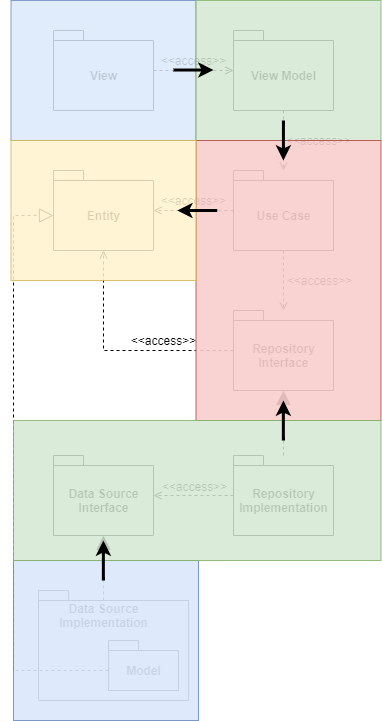
This is docs/figuras/package-adapt.png from Feggah/tcc, a draw.io export, as it was before one commit. Source tidied: cells renumbered, new cells last; positions are measured from the earlier drawing's top-left corner, leaving out a move shared by most shapes.
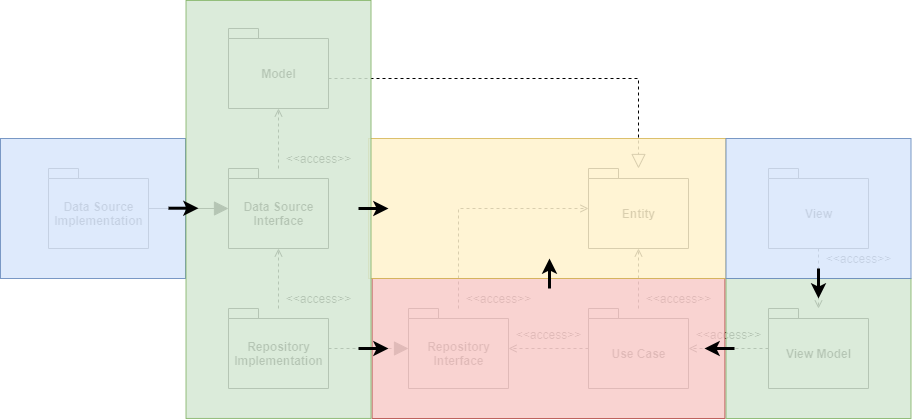
After the commit.

Change to the diagram source:
```diff
@@ -3,141 +3,171 @@
     <mxCell id="0" />
     <mxCell id="1" parent="0" />
     <mxCell id="2" style="edgeStyle=orthogonalEdgeStyle;rounded=0;jettySize=auto;html=1;dashed=1;endArrow=block;endFill=1;endSize=12;" parent="1" edge="1" source="4" target="20">
-      <mxGeometry relative="1" as="geometry" />
+      <mxGeometry relative="1" as="geometry">
+        <Array as="points">
+          <mxPoint x="842" y="310" />
+          <mxPoint x="842" y="310" />
+        </Array>
+      </mxGeometry>
     </mxCell>
     <mxCell id="3" style="edgeStyle=orthogonalEdgeStyle;rounded=0;jettySize=auto;html=1;dashed=1;endArrow=open;endFill=0;" parent="1" edge="1" source="4" target="5">
-      <mxGeometry relative="1" as="geometry" />
+      <mxGeometry relative="1" as="geometry">
+        <Array as="points">
+          <mxPoint x="712" y="240" />
+          <mxPoint x="712" y="240" />
+        </Array>
+      </mxGeometry>
     </mxCell>
-    <mxCell id="4" value="Repository&lt;br&gt;Implementation" style="shape=folder;fontStyle=1;spacingTop=10;tabWidth=30;tabHeight=10;tabPosition=left;html=1;" parent="1" vertex="1">
-      <mxGeometry x="222" y="455" width="100" height="80" as="geometry" />
-    </mxCell>
-    <mxCell id="5" value="Data Source&lt;br&gt;Interface" style="shape=folder;fontStyle=1;spacingTop=10;tabWidth=30;tabHeight=10;tabPosition=left;html=1;" parent="1" vertex="1">
-      <mxGeometry x="42" y="455" width="100" height="80" as="geometry" />
-    </mxCell>
-    <mxCell id="6" style="shape=folder;fontStyle=1;spacingTop=10;tabWidth=30;tabHeight=10;tabPosition=left;html=1;" parent="1" vertex="1">
-      <mxGeometry x="27" y="590" width="150" height="110" as="geometry" />
-    </mxCell>
-    <mxCell id="7" style="edgeStyle=orthogonalEdgeStyle;rounded=0;jettySize=auto;html=1;exitX=0;exitY=0;exitDx=0;exitDy=30;exitPerimeter=0;entryX=0;entryY=0;entryDx=0;entryDy=45;entryPerimeter=0;dashed=1;startArrow=none;startFill=0;endArrow=block;endFill=0;endSize=12;startSize=8;" parent="1" edge="1" source="8" target="18">
-      <mxGeometry relative="1" as="geometry">
-        <Array as="points">
-          <mxPoint x="2" y="670" />
-          <mxPoint x="2" y="215" />
-        </Array>
-      </mxGeometry>
-    </mxCell>
-    <mxCell id="8" value="Model" style="shape=folder;fontStyle=1;spacingTop=10;tabWidth=30;tabHeight=10;tabPosition=left;html=1;" parent="1" vertex="1">
-      <mxGeometry x="97" y="640" width="70" height="50" as="geometry" />
-    </mxCell>
-    <mxCell id="9" style="edgeStyle=orthogonalEdgeStyle;rounded=0;jettySize=auto;html=1;dashed=1;endSize=12;endArrow=block;endFill=1;" parent="1" edge="1" source="10" target="5">
-      <mxGeometry relative="1" as="geometry" />
+    <mxCell id="9" style="edgeStyle=orthogonalEdgeStyle;rounded=0;jettySize=auto;html=1;endSize=12;endArrow=block;endFill=1;" parent="1" edge="1" source="10" target="5">
+      <mxGeometry relative="1" as="geometry">
+        <Array as="points">
+          <mxPoint x="742" y="170" />
+        </Array>
+      </mxGeometry>
     </mxCell>
-    <mxCell id="10" value="&lt;b&gt;Data Source&lt;br&gt;Implementation&lt;/b&gt;" style="text;html=1;align=center;verticalAlign=middle;points=[];strokeColor=none;" parent="1" vertex="1">
-      <mxGeometry x="42" y="600" width="100" height="30" as="geometry" />
-    </mxCell>
     <mxCell id="11" style="edgeStyle=orthogonalEdgeStyle;rounded=0;jettySize=auto;html=1;dashed=1;endArrow=open;endFill=0;" parent="1" edge="1" source="12" target="14">
       <mxGeometry relative="1" as="geometry" />
     </mxCell>
     <mxCell id="12" value="View" style="shape=folder;fontStyle=1;spacingTop=10;tabWidth=30;tabHeight=10;tabPosition=left;html=1;" parent="1" vertex="1">
-      <mxGeometry x="42" y="30" width="100" height="80" as="geometry" />
+      <mxGeometry x="1202" y="130" width="100" height="80" as="geometry" />
     </mxCell>
     <mxCell id="13" style="edgeStyle=orthogonalEdgeStyle;rounded=0;jettySize=auto;html=1;dashed=1;endArrow=open;endFill=0;" parent="1" edge="1" source="14" target="17">
-      <mxGeometry relative="1" as="geometry" />
+      <mxGeometry relative="1" as="geometry">
+        <Array as="points">
+          <mxPoint x="1242" y="320" />
+        </Array>
+      </mxGeometry>
     </mxCell>
     <mxCell id="14" value="View Model" style="shape=folder;fontStyle=1;spacingTop=10;tabWidth=30;tabHeight=10;tabPosition=left;html=1;" parent="1" vertex="1">
-      <mxGeometry x="222" y="30" width="100" height="80" as="geometry" />
+      <mxGeometry x="1202" y="270" width="100" height="80" as="geometry" />
     </mxCell>
     <mxCell id="15" style="edgeStyle=orthogonalEdgeStyle;rounded=0;jettySize=auto;html=1;dashed=1;endArrow=open;endFill=0;" parent="1" edge="1" source="17" target="18">
       <mxGeometry relative="1" as="geometry" />
     </mxCell>
     <mxCell id="16" style="edgeStyle=orthogonalEdgeStyle;rounded=0;jettySize=auto;html=1;dashed=1;endArrow=open;endFill=0;" parent="1" edge="1" source="17" target="20">
-      <mxGeometry relative="1" as="geometry" />
+      <mxGeometry relative="1" as="geometry">
+        <Array as="points">
+          <mxPoint x="982" y="310" />
+          <mxPoint x="982" y="310" />
+        </Array>
+      </mxGeometry>
     </mxCell>
     <mxCell id="17" value="Use Case" style="shape=folder;fontStyle=1;spacingTop=10;tabWidth=30;tabHeight=10;tabPosition=left;html=1;" parent="1" vertex="1">
-      <mxGeometry x="222" y="170" width="100" height="80" as="geometry" />
+      <mxGeometry x="1022" y="270" width="100" height="80" as="geometry" />
     </mxCell>
     <mxCell id="18" value="Entity" style="shape=folder;fontStyle=1;spacingTop=10;tabWidth=30;tabHeight=10;tabPosition=left;html=1;" parent="1" vertex="1">
-      <mxGeometry x="42" y="170" width="100" height="80" as="geometry" />
+      <mxGeometry x="1022" y="130" width="100" height="80" as="geometry" />
     </mxCell>
-    <mxCell id="19" style="edgeStyle=orthogonalEdgeStyle;rounded=0;jettySize=auto;html=1;entryX=0.5;entryY=1;entryDx=0;entryDy=0;entryPerimeter=0;dashed=1;endArrow=open;endFill=0;" parent="1" edge="1" source="20" target="18">
-      <mxGeometry relative="1" as="geometry" />
+    <mxCell id="19" style="edgeStyle=orthogonalEdgeStyle;rounded=0;jettySize=auto;html=1;dashed=1;endArrow=open;endFill=0;" parent="1" edge="1" source="20" target="18">
+      <mxGeometry relative="1" as="geometry">
+        <Array as="points">
+          <mxPoint x="892" y="170" />
+        </Array>
+      </mxGeometry>
     </mxCell>
     <mxCell id="20" value="Repository&lt;br&gt;Interface" style="shape=folder;fontStyle=1;spacingTop=10;tabWidth=30;tabHeight=10;tabPosition=left;html=1;" parent="1" vertex="1">
-      <mxGeometry x="222" y="310" width="100" height="80" as="geometry" />
+      <mxGeometry x="842" y="270" width="100" height="80" as="geometry" />
     </mxCell>
-    <mxCell id="21" value="&amp;lt;&amp;lt;access&amp;gt;&amp;gt;" style="text;html=1;align=center;verticalAlign=middle;strokeColor=none;" parent="1" vertex="1">
-      <mxGeometry x="142" y="50" width="80" height="20" as="geometry" />
-    </mxCell>
-    <mxCell id="22" value="&amp;lt;&amp;lt;access&amp;gt;&amp;gt;" style="text;html=1;align=center;verticalAlign=middle;strokeColor=none;" parent="1" vertex="1">
-      <mxGeometry x="267" y="130" width="80" height="20" as="geometry" />
-    </mxCell>
-    <mxCell id="23" value="&amp;lt;&amp;lt;access&amp;gt;&amp;gt;" style="text;html=1;align=center;verticalAlign=middle;strokeColor=none;" parent="1" vertex="1">
-      <mxGeometry x="142" y="190" width="80" height="20" as="geometry" />
-    </mxCell>
-    <mxCell id="24" value="&amp;lt;&amp;lt;access&amp;gt;&amp;gt;" style="text;html=1;align=center;verticalAlign=middle;strokeColor=none;" parent="1" vertex="1">
-      <mxGeometry x="112" y="330" width="80" height="20" as="geometry" />
-    </mxCell>
-    <mxCell id="25" value="&amp;lt;&amp;lt;access&amp;gt;&amp;gt;" style="text;html=1;align=center;verticalAlign=middle;strokeColor=none;" parent="1" vertex="1">
-      <mxGeometry x="268" y="270" width="80" height="20" as="geometry" />
-    </mxCell>
-    <mxCell id="26" value="&amp;lt;&amp;lt;access&amp;gt;&amp;gt;" style="text;html=1;align=center;verticalAlign=middle;strokeColor=none;" parent="1" vertex="1">
-      <mxGeometry x="143" y="476" width="80" height="20" as="geometry" />
-    </mxCell>
-    <mxCell id="27" style="rounded=0;whiteSpace=wrap;html=1;opacity=85;fillColor=#dae8fc;strokeColor=#6c8ebf;" parent="1" vertex="1">
-      <mxGeometry x="-0.5" width="185" height="140" as="geometry" />
-    </mxCell>
-    <mxCell id="28" style="rounded=0;whiteSpace=wrap;html=1;opacity=85;fillColor=#d5e8d4;strokeColor=#82b366;" parent="1" vertex="1">
-      <mxGeometry x="184.5" width="185" height="140" as="geometry" />
-    </mxCell>
-    <mxCell id="29" style="rounded=0;whiteSpace=wrap;html=1;opacity=90;fillColor=#f8cecc;strokeColor=#b85450;" parent="1" vertex="1">
-      <mxGeometry x="184.5" y="140" width="185" height="280" as="geometry" />
-    </mxCell>
-    <mxCell id="30" style="rounded=0;whiteSpace=wrap;html=1;opacity=85;fillColor=#fff2cc;strokeColor=#d6b656;" parent="1" vertex="1">
-      <mxGeometry x="-0.5" y="140" width="185" height="140" as="geometry" />
-    </mxCell>
-    <mxCell id="31" style="rounded=0;whiteSpace=wrap;html=1;opacity=90;fillColor=#dae8fc;strokeColor=#6c8ebf;" parent="1" vertex="1">
-      <mxGeometry x="2" y="560" width="185" height="160" as="geometry" />
-    </mxCell>
-    <mxCell id="32" style="endArrow=classic;html=1;strokeWidth=3;" parent="1" edge="1">
-      <mxGeometry relative="1" as="geometry">
-        <mxPoint x="162" y="69.5" as="sourcePoint" />
-        <mxPoint x="202" y="69.5" as="targetPoint" />
-      </mxGeometry>
-    </mxCell>
-    <mxCell id="33" style="endArrow=classic;html=1;strokeWidth=3;" parent="1" edge="1">
-      <mxGeometry relative="1" as="geometry">
-        <mxPoint x="271.9" y="120" as="sourcePoint" />
-        <mxPoint x="271.9" y="160" as="targetPoint" />
-        <Array as="points">
-          <mxPoint x="271.9" y="140" />
-        </Array>
-      </mxGeometry>
-    </mxCell>
-    <mxCell id="34" style="endArrow=classic;html=1;strokeWidth=3;" parent="1" edge="1">
-      <mxGeometry relative="1" as="geometry">
-        <mxPoint x="205.8" y="210" as="sourcePoint" />
-        <mxPoint x="165.8" y="210" as="targetPoint" />
-      </mxGeometry>
-    </mxCell>
-    <mxCell id="35" style="rounded=0;whiteSpace=wrap;html=1;opacity=85;fillColor=#d5e8d4;strokeColor=#82b366;" parent="1" vertex="1">
-      <mxGeometry x="2" y="420" width="367.5" height="140" as="geometry" />
-    </mxCell>
-    <mxCell id="36" style="endArrow=classic;html=1;strokeWidth=3;" parent="1" edge="1">
-      <mxGeometry relative="1" as="geometry">
-        <mxPoint x="91.9" y="580" as="sourcePoint" />
-        <mxPoint x="91.9" y="540" as="targetPoint" />
-        <Array as="points">
-          <mxPoint x="91.9" y="560" />
-        </Array>
-      </mxGeometry>
-    </mxCell>
-    <mxCell id="37" style="endArrow=classic;html=1;strokeWidth=3;" parent="1" edge="1">
-      <mxGeometry relative="1" as="geometry">
-        <mxPoint x="271.9" y="440" as="sourcePoint" />
-        <mxPoint x="271.9" y="400" as="targetPoint" />
-        <Array as="points">
-          <mxPoint x="271.9" y="420" />
-        </Array>
-      </mxGeometry>
-    </mxCell>
+    <mxCell id="38" value="&amp;lt;&amp;lt;access&amp;gt;&amp;gt;" style="text;html=1;align=center;verticalAlign=middle;strokeColor=none;" parent="1" vertex="1">
+      <mxGeometry x="942" y="286" width="80" height="20" as="geometry" />
+    </mxCell>
+    <mxCell id="39" value="&amp;lt;&amp;lt;access&amp;gt;&amp;gt;" style="text;html=1;align=center;verticalAlign=middle;strokeColor=none;" parent="1" vertex="1">
+      <mxGeometry x="1252" y="210" width="80" height="20" as="geometry" />
+    </mxCell>
+    <mxCell id="40" value="&amp;lt;&amp;lt;access&amp;gt;&amp;gt;" style="text;html=1;align=center;verticalAlign=middle;strokeColor=none;" parent="1" vertex="1">
+      <mxGeometry x="1072" y="250" width="80" height="20" as="geometry" />
+    </mxCell>
+    <mxCell id="41" value="&amp;lt;&amp;lt;access&amp;gt;&amp;gt;" style="text;html=1;align=center;verticalAlign=middle;strokeColor=none;" parent="1" vertex="1">
+      <mxGeometry x="892" y="250" width="80" height="20" as="geometry" />
+    </mxCell>
+    <mxCell id="42" value="&amp;lt;&amp;lt;access&amp;gt;&amp;gt;" style="text;html=1;align=center;verticalAlign=middle;strokeColor=none;" parent="1" vertex="1">
+      <mxGeometry x="712" y="110" width="80" height="20" as="geometry" />
+    </mxCell>
+    <mxCell id="7" style="edgeStyle=orthogonalEdgeStyle;rounded=0;jettySize=auto;html=1;dashed=1;endSize=12;endArrow=block;endFill=0;" parent="1" edge="1" source="8" target="18">
+      <mxGeometry relative="1" as="geometry">
+        <Array as="points">
+          <mxPoint x="1072" y="40" />
+        </Array>
+      </mxGeometry>
+    </mxCell>
+    <mxCell id="8" value="Model" style="shape=folder;fontStyle=1;spacingTop=10;tabWidth=30;tabHeight=10;tabPosition=left;html=1;" parent="1" vertex="1">
+      <mxGeometry x="662" y="-10" width="100" height="80" as="geometry" />
+    </mxCell>
+    <mxCell id="5" value="Data Source&lt;br&gt;Interface" style="shape=folder;fontStyle=1;spacingTop=10;tabWidth=30;tabHeight=10;tabPosition=left;html=1;" parent="1" vertex="1">
+      <mxGeometry x="662" y="130" width="100" height="80" as="geometry" />
+    </mxCell>
+    <mxCell id="10" value="Data Source&lt;br&gt;Implementation" style="shape=folder;fontStyle=1;spacingTop=10;tabWidth=30;tabHeight=10;tabPosition=left;html=1;" parent="1" vertex="1">
+      <mxGeometry x="482" y="130" width="100" height="80" as="geometry" />
+    </mxCell>
+    <mxCell id="43" style="edgeStyle=orthogonalEdgeStyle;rounded=0;jettySize=auto;html=1;dashed=1;endArrow=open;endFill=0;" parent="1" edge="1" source="5" target="8">
+      <mxGeometry relative="1" as="geometry">
+        <Array as="points">
+          <mxPoint x="712" y="40" />
+        </Array>
+      </mxGeometry>
+    </mxCell>
+    <mxCell id="44" value="&amp;lt;&amp;lt;access&amp;gt;&amp;gt;" style="text;html=1;align=center;verticalAlign=middle;strokeColor=none;" parent="1" vertex="1">
+      <mxGeometry x="712" y="250" width="80" height="20" as="geometry" />
+    </mxCell>
+    <mxCell id="45" value="&amp;lt;&amp;lt;access&amp;gt;&amp;gt;" style="text;html=1;align=center;verticalAlign=middle;strokeColor=none;" parent="1" vertex="1">
+      <mxGeometry x="1122" y="286" width="80" height="20" as="geometry" />
+    </mxCell>
+    <mxCell id="4" value="Repository&lt;br&gt;Implementation" style="shape=folder;fontStyle=1;spacingTop=10;tabWidth=30;tabHeight=10;tabPosition=left;html=1;" parent="1" vertex="1">
+      <mxGeometry x="662" y="270" width="100" height="80" as="geometry" />
+    </mxCell>
+    <mxCell id="46" style="rounded=0;whiteSpace=wrap;html=1;opacity=90;fillColor=#dae8fc;strokeColor=#6c8ebf;" parent="1" vertex="1">
+      <mxGeometry x="434" y="100" width="185" height="140" as="geometry" />
+    </mxCell>
+    <mxCell id="47" style="rounded=0;whiteSpace=wrap;html=1;opacity=85;fillColor=#d5e8d4;strokeColor=#82b366;" parent="1" vertex="1">
+      <mxGeometry x="1159.5" y="240" width="185" height="140" as="geometry" />
+    </mxCell>
+    <mxCell id="48" style="rounded=0;whiteSpace=wrap;html=1;opacity=90;fillColor=#f8cecc;strokeColor=#b85450;rotation=90;" parent="1" vertex="1">
+      <mxGeometry x="912" y="133.6" width="140" height="352.8" as="geometry" />
+    </mxCell>
+    <mxCell id="49" style="rounded=0;whiteSpace=wrap;html=1;opacity=85;fillColor=#fff2cc;strokeColor=#d6b656;" parent="1" vertex="1">
+      <mxGeometry x="802" y="100" width="357.5" height="140" as="geometry" />
+    </mxCell>
+    <mxCell id="50" style="rounded=0;whiteSpace=wrap;html=1;opacity=90;fillColor=#dae8fc;strokeColor=#6c8ebf;" parent="1" vertex="1">
+      <mxGeometry x="1159.5" y="100" width="185" height="140" as="geometry" />
+    </mxCell>
+    <mxCell id="51" style="rounded=0;whiteSpace=wrap;html=1;opacity=85;fillColor=#d5e8d4;strokeColor=#82b366;rotation=90;" parent="1" vertex="1">
+      <mxGeometry x="503" y="78.5" width="418" height="185" as="geometry" />
+    </mxCell>
+    <mxCell id="52" style="endArrow=classic;html=1;strokeWidth=3;" parent="1" edge="1">
+      <mxGeometry relative="1" as="geometry">
+        <mxPoint x="1252" y="230" as="sourcePoint" />
+        <mxPoint x="1252" y="260" as="targetPoint" />
+      </mxGeometry>
+    </mxCell>
+    <mxCell id="53" style="endArrow=classic;html=1;strokeWidth=3;" parent="1" edge="1">
+      <mxGeometry relative="1" as="geometry">
+        <mxPoint x="1168" y="310" as="sourcePoint" />
+        <mxPoint x="1138" y="310" as="targetPoint" />
+      </mxGeometry>
+    </mxCell>
+    <mxCell id="54" style="endArrow=classic;html=1;strokeWidth=3;" parent="1" edge="1">
+      <mxGeometry relative="1" as="geometry">
+        <mxPoint x="983" y="250" as="sourcePoint" />
+        <mxPoint x="983" y="220" as="targetPoint" />
+      </mxGeometry>
+    </mxCell>
+    <mxCell id="55" style="endArrow=classic;html=1;strokeWidth=3;" parent="1" edge="1">
+      <mxGeometry relative="1" as="geometry">
+        <mxPoint x="792" y="310" as="sourcePoint" />
+        <mxPoint x="822" y="310" as="targetPoint" />
+      </mxGeometry>
+    </mxCell>
+    <mxCell id="56" style="endArrow=classic;html=1;strokeWidth=3;" parent="1" edge="1">
+      <mxGeometry relative="1" as="geometry">
+        <mxPoint x="792" y="170" as="sourcePoint" />
+        <mxPoint x="822" y="170" as="targetPoint" />
+      </mxGeometry>
+    </mxCell>
+    <mxCell id="57" style="endArrow=classic;html=1;strokeWidth=3;" parent="1" edge="1">
+      <mxGeometry relative="1" as="geometry">
+        <mxPoint x="602" y="169.7" as="sourcePoint" />
+        <mxPoint x="632" y="169.7" as="targetPoint" />
+      </mxGeometry>
+    </mxCell>
   </root>
 </mxGraphModel>
```
